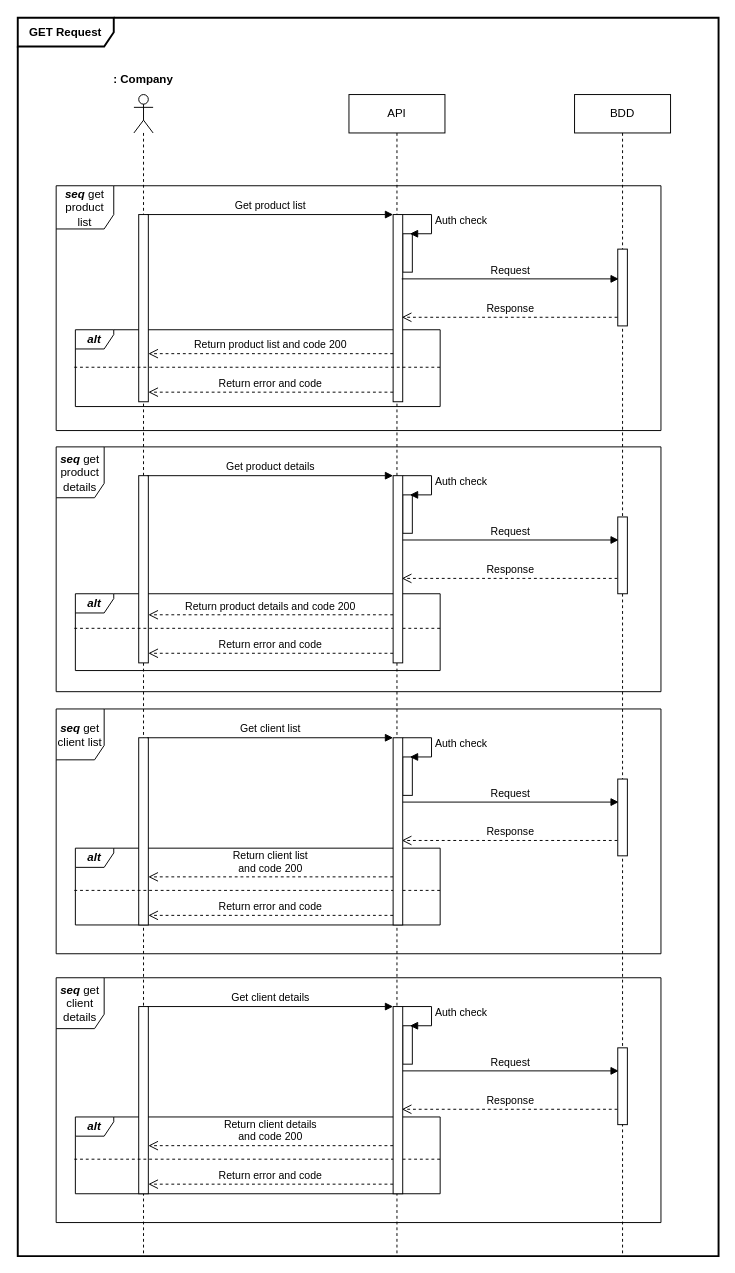
Before: page "4-Sequence diagram - Add a trick" (3 of 5) of Diagrammes/diagrammes.drawio in klaxurit/JuncaHugo_7_16122022, a draw.io diagram. Source tidied: cells renumbered, new cells numbered last; positions are measured from the earlier drawing's top-left corner, leaving out a move shared by most shapes. Both pictures are drawn from the tidied source at 96%, with x=0, y=0 at pixel (17, 17).
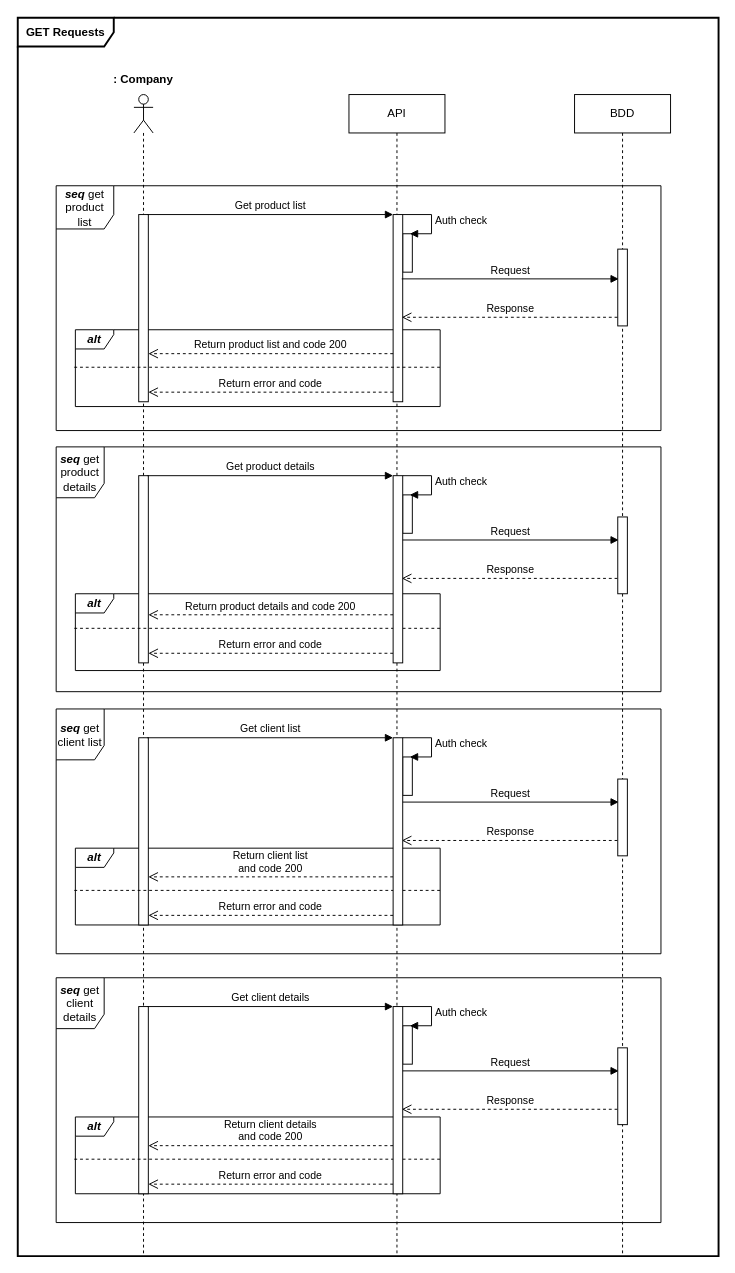
The same diagram, later.

Change to the diagram source:
```diff
@@
-    <mxCell id="5" value="&lt;b&gt;GET Request&lt;/b&gt;" style="shape=umlFrame;whiteSpace=wrap;html=1;strokeWidth=2;width=100;height=30;" parent="1" vertex="1">
+    <mxCell id="5" value="&lt;b&gt;GET Requests&lt;br&gt;&lt;/b&gt;" style="shape=umlFrame;whiteSpace=wrap;html=1;strokeWidth=2;width=100;height=30;" parent="1" vertex="1">
       <mxGeometry width="730" height="1290" as="geometry" />
     </mxCell>
```
